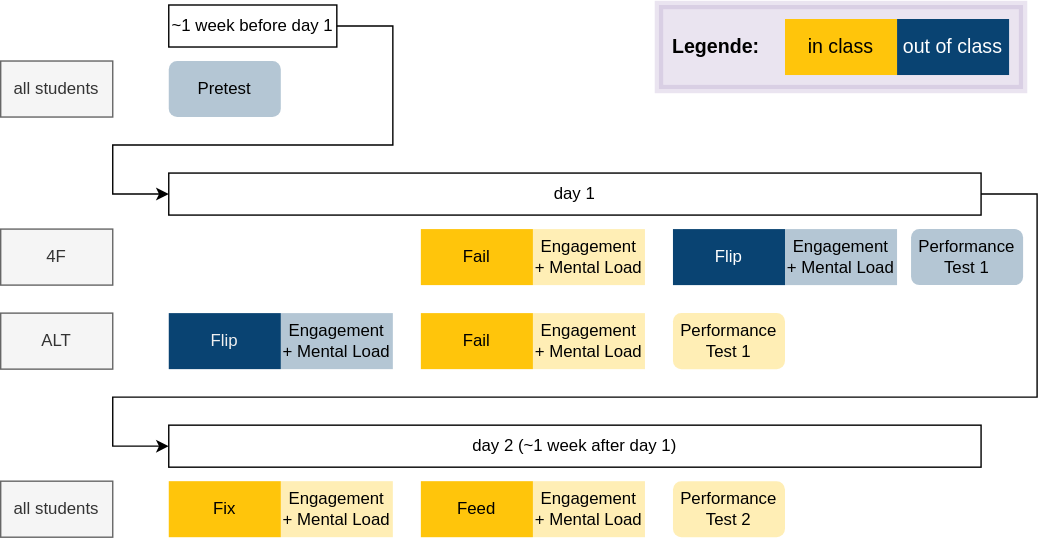
Above: images/Experiment_2_drawio.svg in PHBern-RConrardy/lerngelegenheiten_alt (draw.io), before the change. Source tidied: cells renumbered, new cells last; positions are measured from the earlier drawing's top-left corner, leaving out a move shared by most shapes.
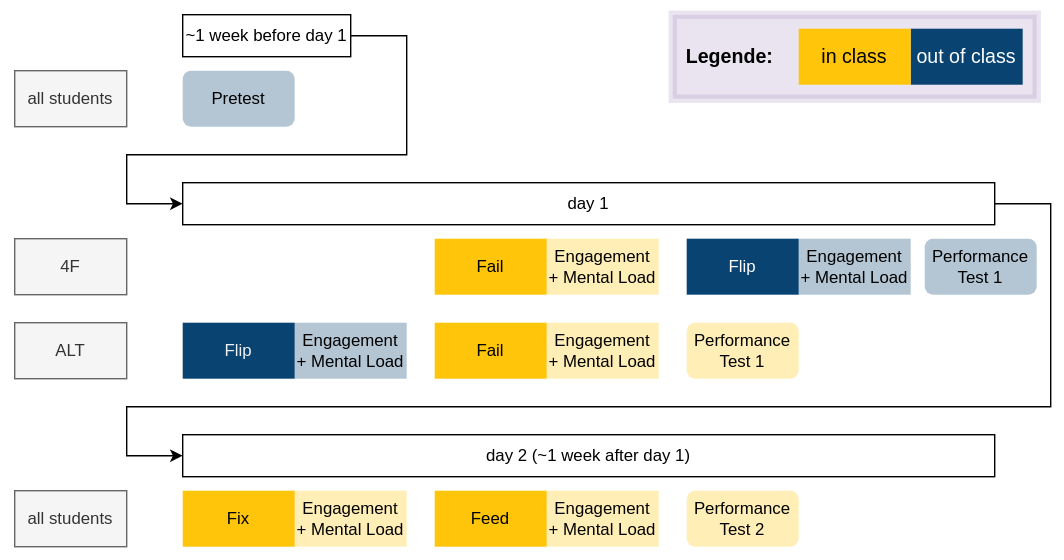
Above is the later version.

Change to the diagram source:
```diff
@@ -2,6 +2,9 @@
   <root>
     <mxCell id="0" />
     <mxCell id="1" parent="0" />
+    <mxCell id="30" style="rounded=0;whiteSpace=wrap;html=1;strokeColor=none;" parent="1" vertex="1">
+      <mxGeometry x="-10" y="-10" width="760" height="400" as="geometry" />
+    </mxCell>
     <mxCell id="2" value="4F" style="rounded=0;whiteSpace=wrap;html=1;fillColor=#f5f5f5;fontColor=#333333;strokeColor=#666666;" parent="1" vertex="1">
       <mxGeometry y="160" width="80" height="40" as="geometry" />
     </mxCell>
```
